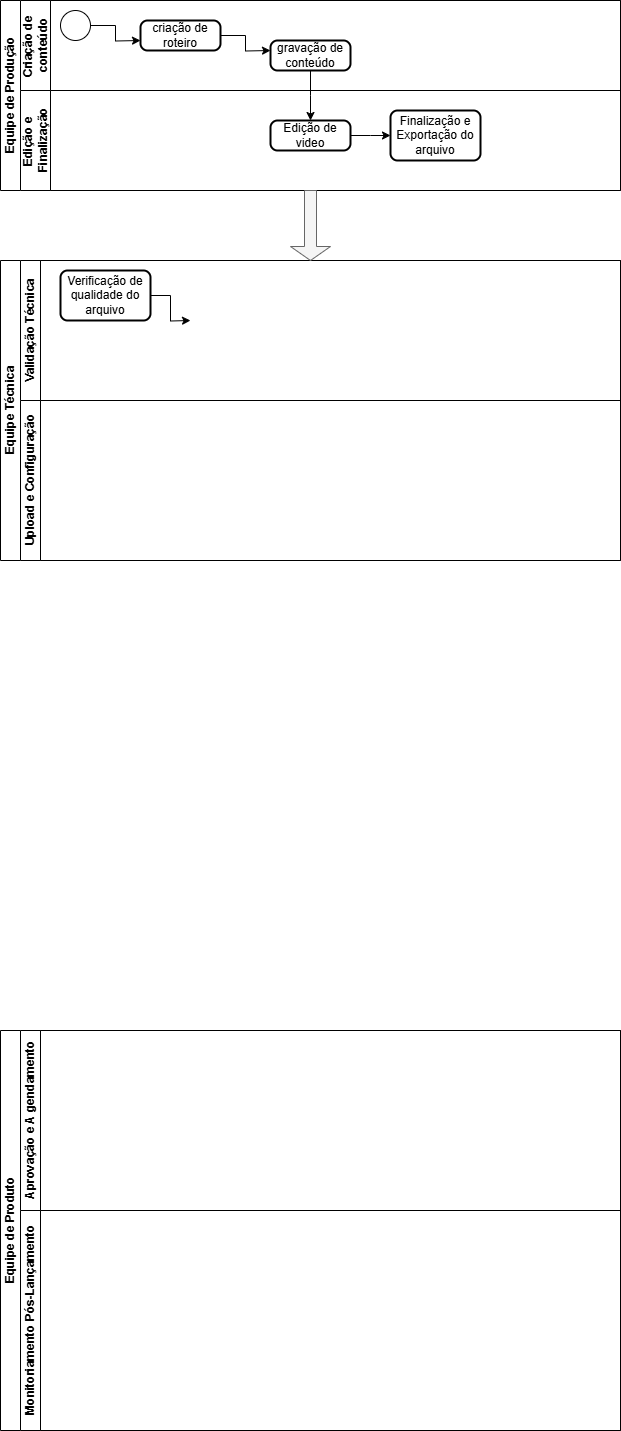
The draw.io diagram Diagrama 2.0.drawio.png in Andynlx01/fluxograma.aprensa-o, before a commit. Source tidied: cells renumbered, new cells last; positions are measured from the earlier drawing's top-left corner, leaving out a move shared by most shapes.
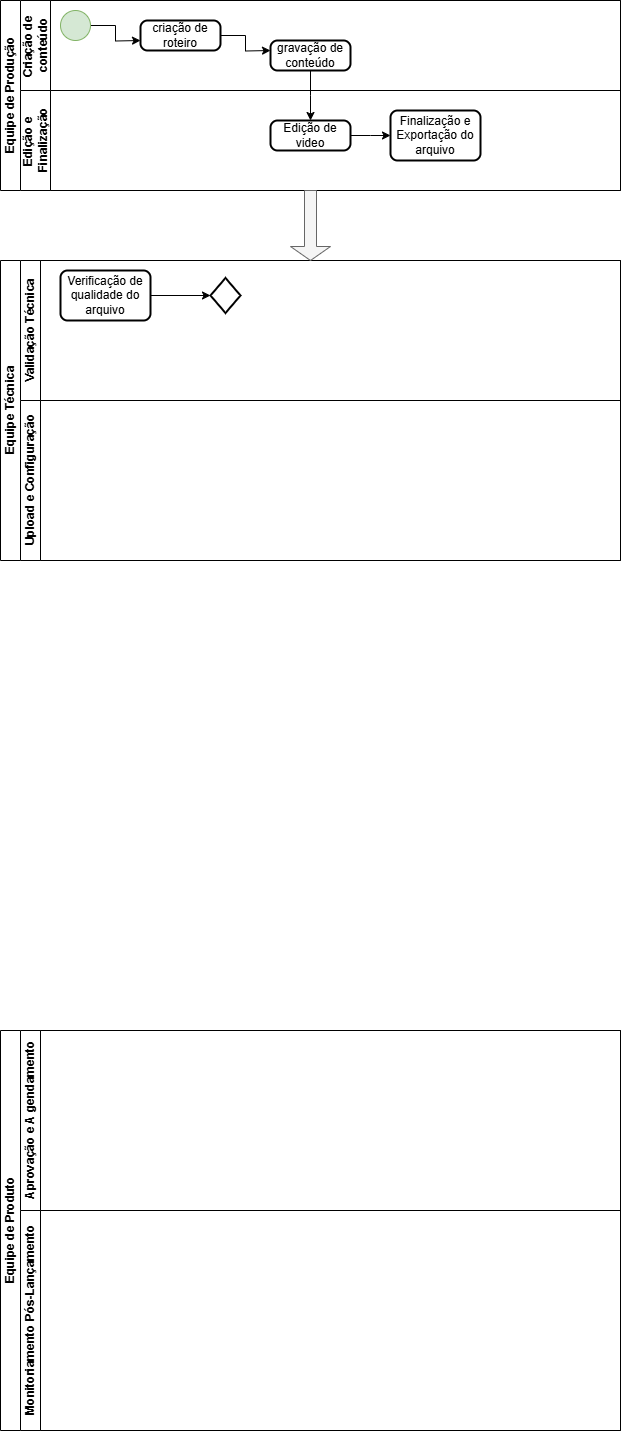
The same file after the commit.

What changed in the source:
```diff
@@ -13,7 +13,7 @@
         <mxPoint x="120" y="40" as="targetPoint" />
       </mxGeometry>
     </mxCell>
-    <mxCell id="5" style="verticalLabelPosition=bottom;verticalAlign=top;html=1;shape=mxgraph.flowchart.on-page_reference;" parent="3" vertex="1">
+    <mxCell id="5" style="verticalLabelPosition=bottom;verticalAlign=top;html=1;shape=mxgraph.flowchart.on-page_reference;fillColor=#d5e8d4;strokeColor=#82b366;" parent="3" vertex="1">
       <mxGeometry x="40" y="10" width="30" height="30" as="geometry" />
     </mxCell>
     <mxCell id="6" style="edgeStyle=orthogonalEdgeStyle;rounded=0;jettySize=auto;html=1;" parent="3" edge="1" source="7">
@@ -52,14 +52,15 @@
     <mxCell id="15" value="Validação Técnica" style="swimlane;startSize=20;horizontal=0;html=1;" parent="14" vertex="1">
       <mxGeometry x="20" width="600" height="140" as="geometry" />
     </mxCell>
-    <mxCell id="16" style="edgeStyle=orthogonalEdgeStyle;rounded=0;jettySize=auto;html=1;" parent="15" edge="1" source="17">
-      <mxGeometry relative="1" as="geometry">
-        <mxPoint x="170" y="60" as="targetPoint" />
-      </mxGeometry>
-    </mxCell>
     <mxCell id="17" value="Verificação de qualidade do arquivo" style="rounded=1;whiteSpace=wrap;html=1;absoluteArcSize=1;arcSize=14;strokeWidth=2;" parent="15" vertex="1">
       <mxGeometry x="40" y="10" width="90" height="50" as="geometry" />
     </mxCell>
+    <mxCell id="23" style="strokeWidth=2;html=1;shape=mxgraph.flowchart.decision;whiteSpace=wrap;" parent="15" vertex="1">
+      <mxGeometry x="190" y="17.5" width="30" height="35" as="geometry" />
+    </mxCell>
+    <mxCell id="24" style="edgeStyle=orthogonalEdgeStyle;rounded=0;jettySize=auto;html=1;" parent="15" edge="1" source="17" target="23">
+      <mxGeometry relative="1" as="geometry" />
+    </mxCell>
     <mxCell id="18" value="Upload e Configuração" style="swimlane;startSize=20;horizontal=0;html=1;" parent="14" vertex="1">
       <mxGeometry x="20" y="140" width="600" height="160" as="geometry" />
     </mxCell>
```
